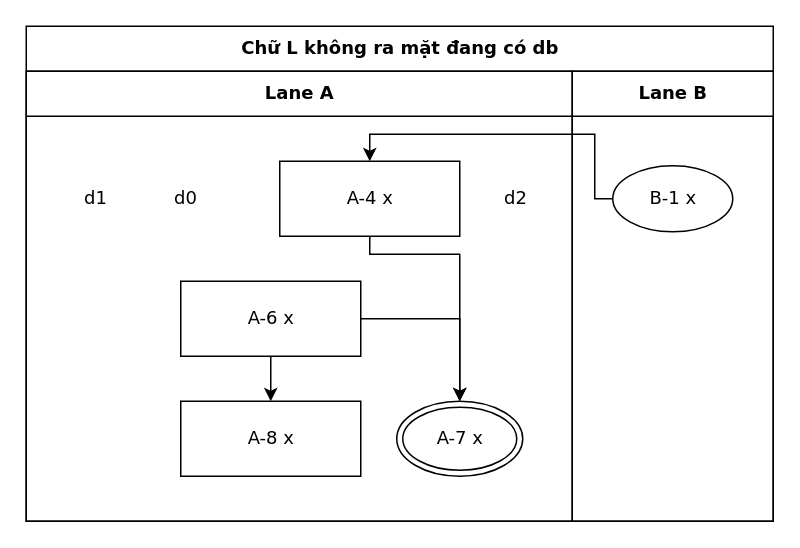
luytbq/flowcast keeps this draw.io diagram as conformance/golden/optimize/cases-62-route-c-attach-side.drawio. Above is the earlier version. Source tidied: cells renumbered, new cells numbered last; positions are measured from the earlier drawing's top-left corner, leaving out a move shared by most shapes. Both pictures are drawn from the tidied source at 150%, with x=0, y=0 at pixel (26, 26).
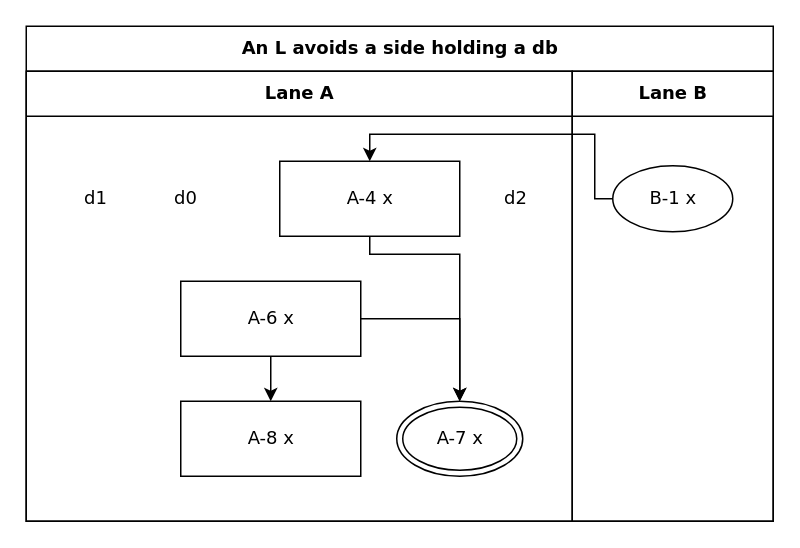
The same diagram, later.

The edit, as a diff of the source:
```diff
@@
-    <mxCell id="2" value="Chữ L không ra mặt đang có db" style="swimlane;html=1;startSize=30;fontStyle=1;fontFamily=Verdana;fontSize=12;flowtable=1;" parent="1" vertex="1">
+    <mxCell id="2" value="An L avoids a side holding a db" style="swimlane;html=1;startSize=30;fontStyle=1;fontFamily=Verdana;fontSize=12;flowtable=1;" parent="1" vertex="1">
       <mxGeometry width="498" height="330" as="geometry" />
     </mxCell>
```
